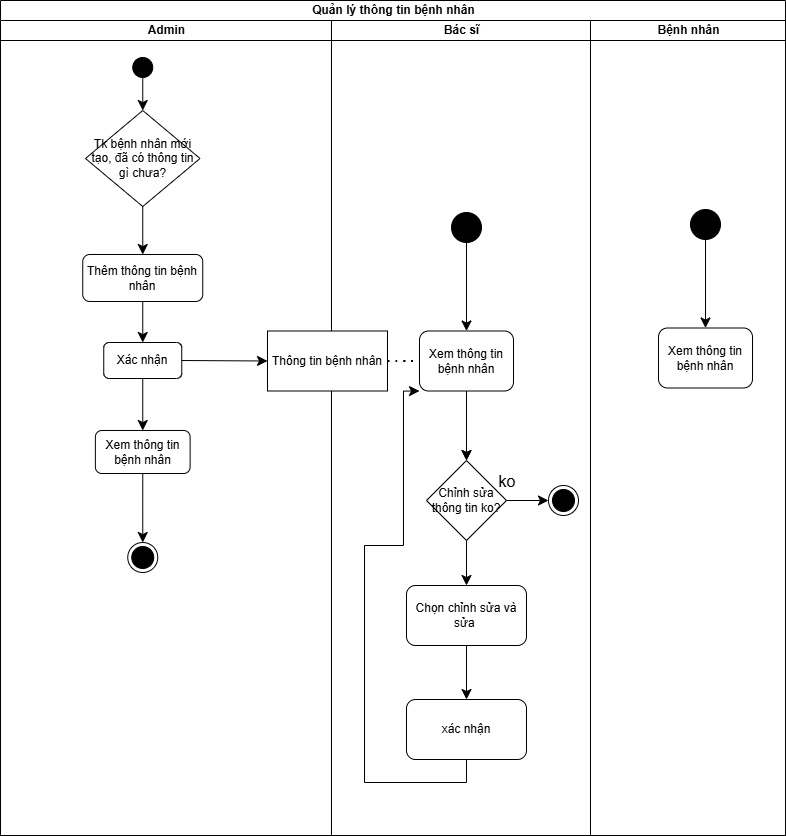
Before: details/2_product_analysis_and_design/2_activity_diagram/3_quanlythongtinbenhnhan/1_activity_quanlythongtinbenhnhan.drawio.png, a diagram exported from draw.io (Minh-Quan-dz123/He_thong_quan_ly_benh_vien). Source tidied: cells renumbered, new cells last; positions are measured from the earlier drawing's top-left corner, leaving out a move shared by most shapes.
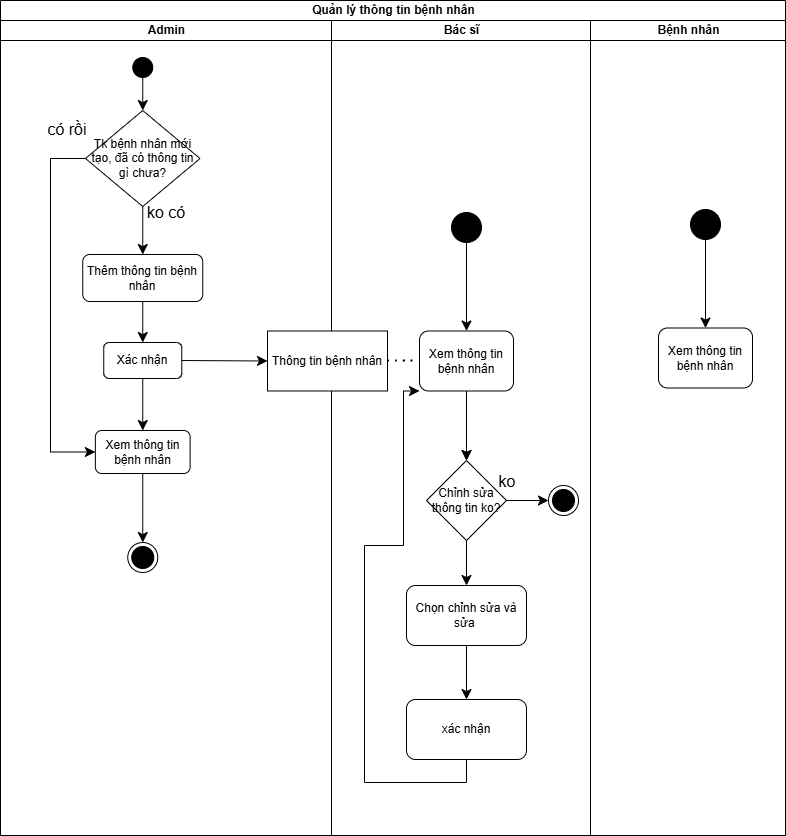
The same file after the commit.

Change to the diagram source:
```diff
@@ -41,6 +41,17 @@
     <mxCell id="14" style="endArrow=classic;html=1;rounded=0;fontSize=12;startSize=8;endSize=8;curved=1;exitX=0.5;exitY=1;exitDx=0;exitDy=0;entryX=0.5;entryY=0;entryDx=0;entryDy=0;" parent="3" edge="1" source="11" target="13">
       <mxGeometry relative="1" as="geometry" />
     </mxCell>
+    <mxCell id="37" style="endArrow=classic;html=1;rounded=0;fontSize=12;startSize=8;endSize=8;exitX=0;exitY=0.5;exitDx=0;exitDy=0;entryX=0;entryY=0.5;entryDx=0;entryDy=0;edgeStyle=orthogonalEdgeStyle;" parent="3" edge="1" source="5" target="11">
+      <mxGeometry relative="1" as="geometry">
+        <Array as="points">
+          <mxPoint x="50" y="138" />
+          <mxPoint x="50" y="432" />
+        </Array>
+      </mxGeometry>
+    </mxCell>
+    <mxCell id="38" value="ko có" style="text;html=1;whiteSpace=wrap;strokeColor=none;fillColor=none;align=center;verticalAlign=middle;rounded=0;fontSize=16;" parent="3" vertex="1">
+      <mxGeometry x="135.5" y="177" width="60" height="30" as="geometry" />
+    </mxCell>
     <mxCell id="15" value="Bác sĩ" style="swimlane;startSize=20;html=1;" parent="2" vertex="1">
       <mxGeometry x="331" y="20" width="259" height="815" as="geometry" />
     </mxCell>
@@ -115,5 +126,8 @@
     <mxCell id="36" value="ko" style="text;html=1;whiteSpace=wrap;strokeColor=none;fillColor=none;align=center;verticalAlign=middle;rounded=0;fontSize=16;" parent="1" vertex="1">
       <mxGeometry x="477" y="466" width="60" height="30" as="geometry" />
     </mxCell>
+    <mxCell id="39" value="có rồi" style="text;html=1;whiteSpace=wrap;strokeColor=none;fillColor=none;align=center;verticalAlign=middle;rounded=0;fontSize=16;" parent="1" vertex="1">
+      <mxGeometry x="37" y="114" width="60" height="30" as="geometry" />
+    </mxCell>
   </root>
 </mxGraphModel>
```
